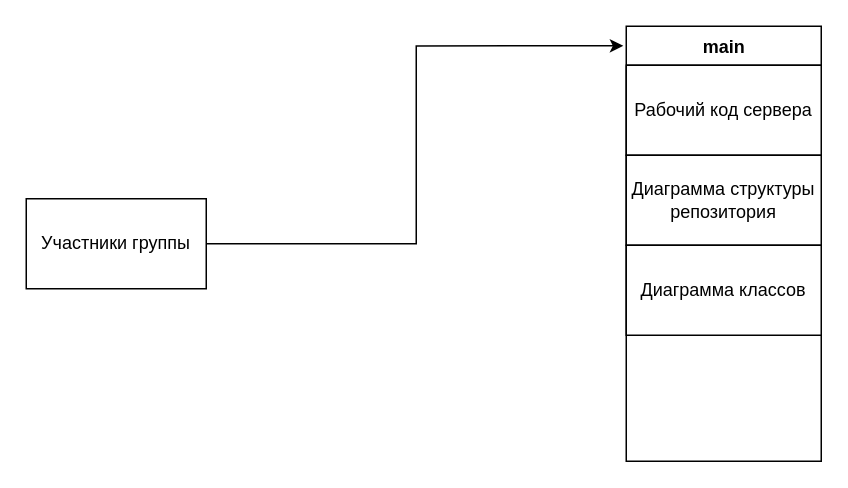
Earlier version of the draw.io diagram Untitled Diagram.drawio (BubenokGeorgy/groupTask). Source tidied: cells renumbered, new cells numbered last; positions are measured from the earlier drawing's top-left corner, leaving out a move shared by most shapes. Both pictures are drawn from the tidied source at 150%, with x=0, y=0 at pixel (26, 26).
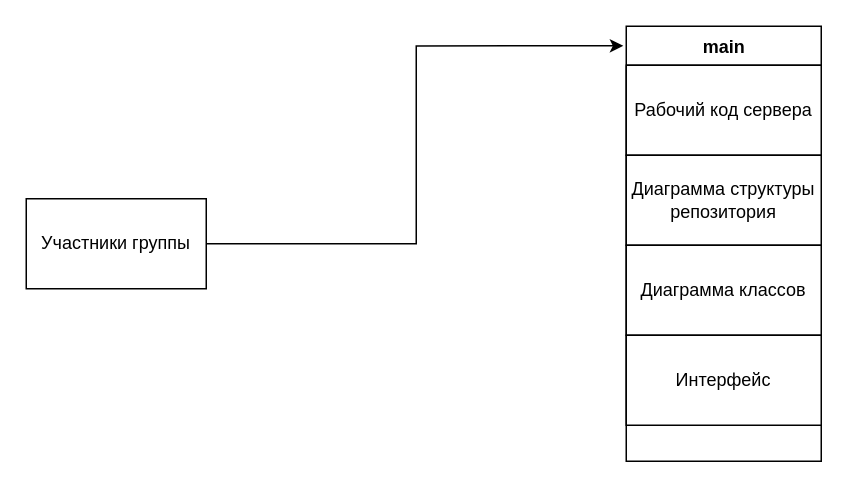
The same diagram, later.

Diff of the diagram source:
```diff
@@
 <mxGraphModel>
   <root>
     <mxCell id="0" />
     <mxCell id="1" parent="0" />
     <mxCell id="2" value="main" style="swimlane;fontStyle=1;align=center;verticalAlign=top;horizontal=1;startSize=26;rounded=0;shadow=0;strokeWidth=1;html=1;" parent="1" vertex="1">
       <mxGeometry x="400" width="130" height="290" as="geometry" />
     </mxCell>
     <mxCell id="3" value="Рабочий код сервера" style="rounded=0;whiteSpace=wrap;html=1;flipH=1;flipV=1;shadow=0;" parent="2" vertex="1">
       <mxGeometry y="26" width="130" height="60" as="geometry" />
     </mxCell>
     <mxCell id="4" value="Диаграмма структуры репозитория" style="whiteSpace=wrap;html=1;rounded=0;shadow=0;" parent="2" vertex="1">
       <mxGeometry y="86" width="130" height="60" as="geometry" />
     </mxCell>
     <mxCell id="5" value="Диаграмма классов" style="whiteSpace=wrap;html=1;rounded=0;shadow=0;" parent="2" vertex="1">
       <mxGeometry y="146" width="130" height="60" as="geometry" />
     </mxCell>
+    <mxCell id="8" value="Интерфейс" style="whiteSpace=wrap;html=1;rounded=0;shadow=0;" parent="2" vertex="1">
+      <mxGeometry y="206" width="130" height="60" as="geometry" />
+    </mxCell>
     <mxCell id="6" style="edgeStyle=orthogonalEdgeStyle;rounded=0;jettySize=auto;html=1;exitX=1;exitY=0.5;exitDx=0;exitDy=0;entryX=-0.015;entryY=0.045;entryDx=0;entryDy=0;entryPerimeter=0;" parent="1" edge="1" source="7" target="2">
       <mxGeometry relative="1" as="geometry" />
     </mxCell>
     <mxCell id="7" value="Участники группы" style="rounded=0;whiteSpace=wrap;html=1;shadow=0;fillColor=default;" parent="1" vertex="1">
       <mxGeometry y="115" width="120" height="60" as="geometry" />
     </mxCell>
   </root>
 </mxGraphModel>
```
